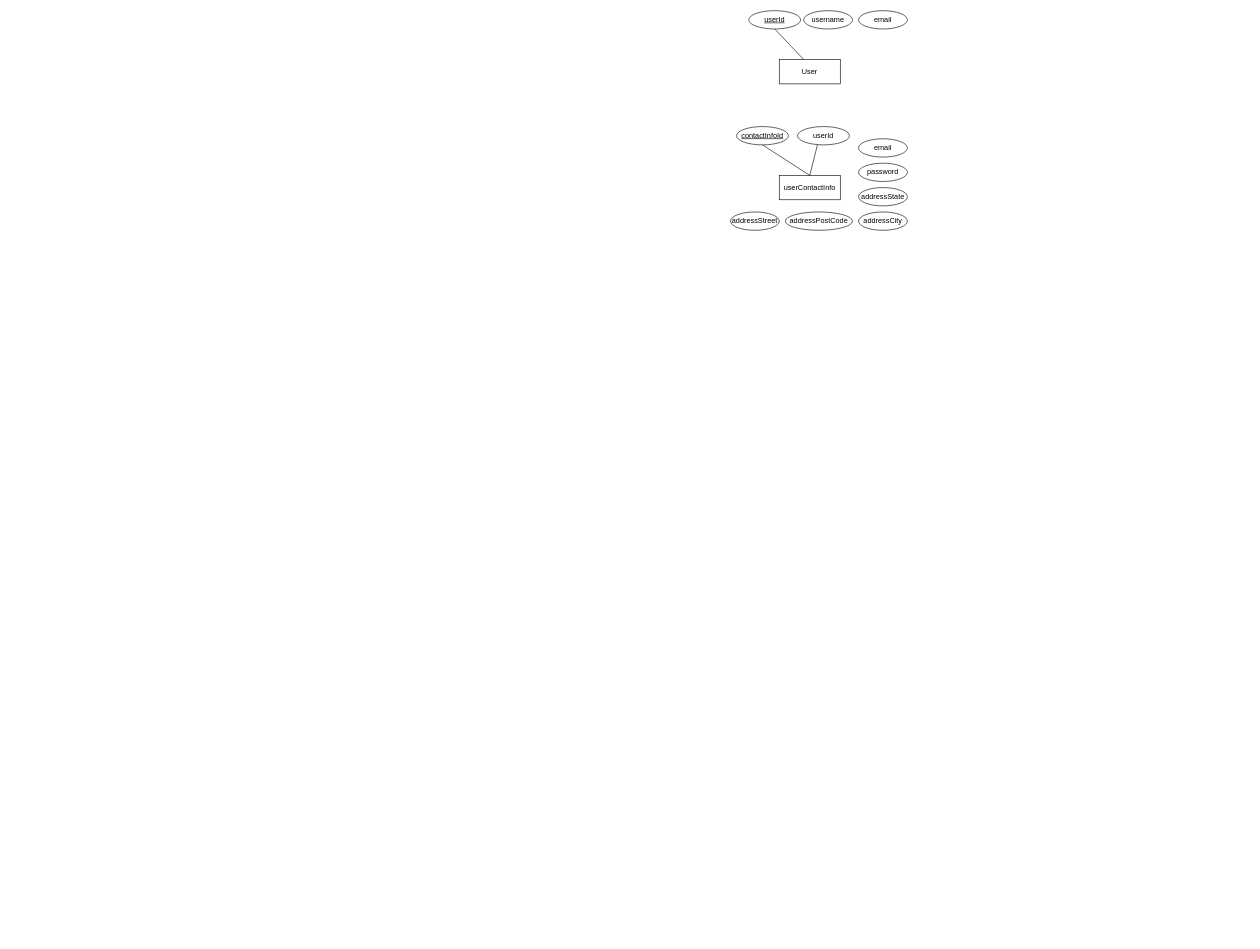
Above: Untitled Diagram.drawio in asgarppp/Flowcharts (draw.io), before the change. Source tidied: cells renumbered, new cells numbered last; positions are measured from the earlier drawing's top-left corner, leaving out a move shared by most shapes. Both pictures are drawn from the tidied source at 61%, with x=0, y=0 at pixel (730, 10).
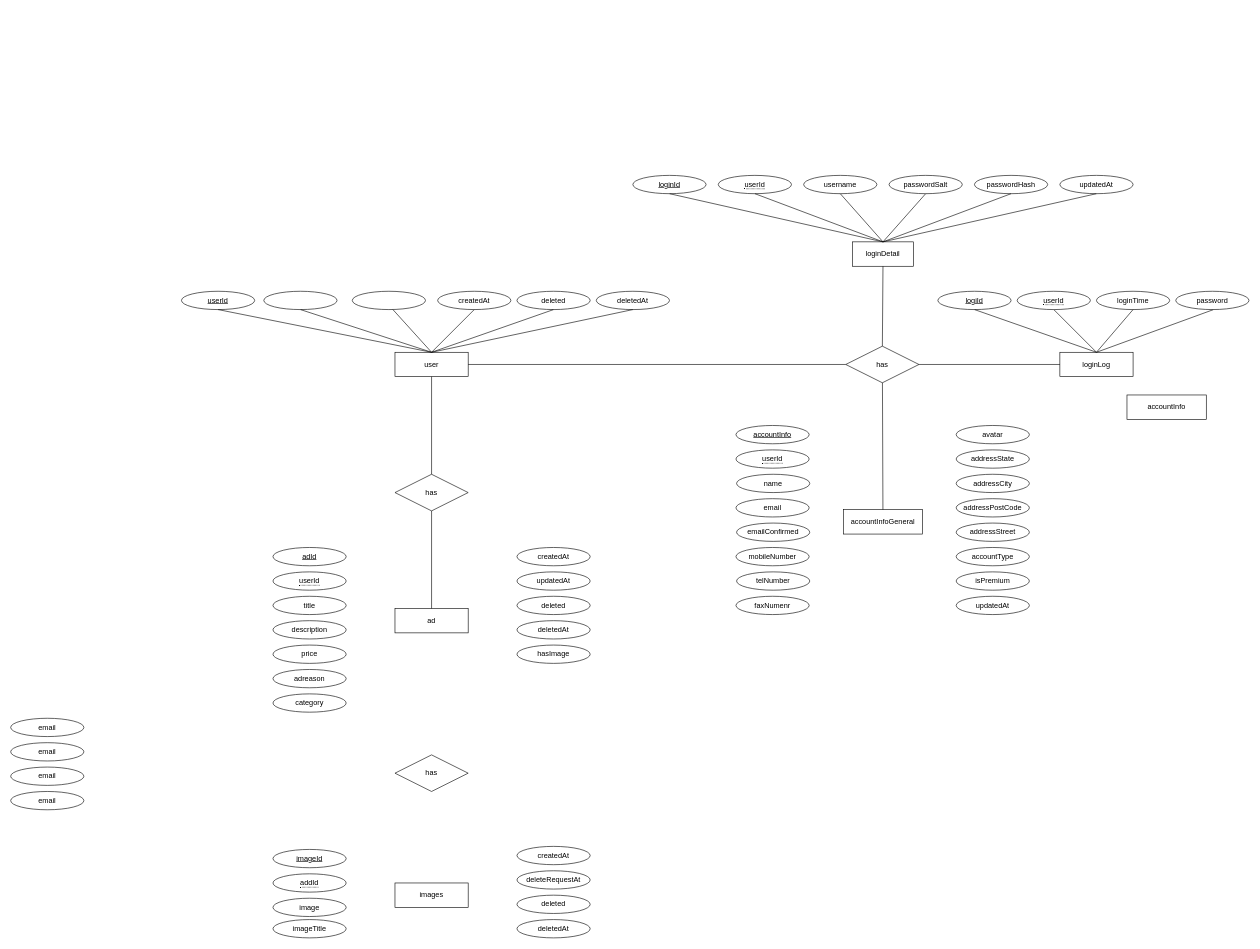
Above is the later version.

Diff of the diagram source:
```diff
@@
-    <mxCell id="2" value="User" style="whiteSpace=wrap;html=1;align=center;" parent="1" vertex="1">
-      <mxGeometry x="80" y="80" width="100" height="40" as="geometry" />
+    <mxCell id="2" value="user" style="whiteSpace=wrap;html=1;align=center;" parent="1" vertex="1">
+      <mxGeometry x="-550" y="560" width="120" height="40" as="geometry" />
     </mxCell>
     <mxCell id="3" value="userId" style="ellipse;whiteSpace=wrap;html=1;align=center;fontStyle=4;" parent="1" vertex="1">
-      <mxGeometry x="30" width="85" height="30" as="geometry" />
+      <mxGeometry x="-900" y="460" width="120" height="30" as="geometry" />
     </mxCell>
-    <mxCell id="4" style="endArrow=none;html=1;rounded=0;entryX=0.5;entryY=1;entryDx=0;entryDy=0;exitX=0.4;exitY=0;exitDx=0;exitDy=0;exitPerimeter=0;" parent="1" edge="1" source="2" target="3">
+    <mxCell id="4" style="endArrow=none;html=1;rounded=0;entryX=0.5;entryY=1;entryDx=0;entryDy=0;exitX=0.5;exitY=0;exitDx=0;exitDy=0;" parent="1" edge="1" source="2" target="3">
       <mxGeometry relative="1" as="geometry" />
     </mxCell>
-    <mxCell id="5" value="email" style="ellipse;whiteSpace=wrap;html=1;align=center;" parent="1" vertex="1">
-      <mxGeometry x="210" y="210" width="80" height="30" as="geometry" />
+    <mxCell id="5" value="faxNumenr" style="ellipse;whiteSpace=wrap;html=1;align=center;" parent="1" vertex="1">
+      <mxGeometry x="9" y="960" width="120" height="30" as="geometry" />
     </mxCell>
-    <mxCell id="6" value="password" style="ellipse;whiteSpace=wrap;html=1;align=center;" parent="1" vertex="1">
-      <mxGeometry x="210" y="250" width="80" height="30" as="geometry" />
+    <mxCell id="6" value="passwordSalt" style="ellipse;whiteSpace=wrap;html=1;align=center;" parent="1" vertex="1">
+      <mxGeometry x="260" y="270" width="120" height="30" as="geometry" />
     </mxCell>
     <mxCell id="7" value="addressState" style="ellipse;whiteSpace=wrap;html=1;align=center;" parent="1" vertex="1">
-      <mxGeometry x="210" y="290" width="80" height="30" as="geometry" />
+      <mxGeometry x="370" y="720" width="120" height="30" as="geometry" />
     </mxCell>
-    <mxCell id="8" value="email" style="ellipse;whiteSpace=wrap;html=1;align=center;" parent="1" vertex="1">
-      <mxGeometry x="210" width="80" height="30" as="geometry" />
+    <mxCell id="8" value="deletedAt" style="ellipse;whiteSpace=wrap;html=1;align=center;" parent="1" vertex="1">
+      <mxGeometry x="-220" y="460" width="120" height="30" as="geometry" />
     </mxCell>
-    <mxCell id="9" value="username" style="ellipse;whiteSpace=wrap;html=1;align=center;" parent="1" vertex="1">
-      <mxGeometry x="120" width="80" height="30" as="geometry" />
+    <mxCell id="9" value="createdAt" style="ellipse;whiteSpace=wrap;html=1;align=center;" parent="1" vertex="1">
+      <mxGeometry x="-480" y="460" width="120" height="30" as="geometry" />
     </mxCell>
-    <mxCell id="10" value="userContactInfo" style="whiteSpace=wrap;html=1;align=center;" parent="1" vertex="1">
-      <mxGeometry x="80" y="270" width="100" height="40" as="geometry" />
+    <mxCell id="10" value="accountInfoGeneral" style="whiteSpace=wrap;html=1;align=center;" parent="1" vertex="1">
+      <mxGeometry x="185" y="818" width="130" height="40" as="geometry" />
     </mxCell>
-    <mxCell id="11" value="contactInfoId" style="ellipse;whiteSpace=wrap;html=1;align=center;fontStyle=4;" parent="1" vertex="1">
-      <mxGeometry x="10" y="190" width="85" height="30" as="geometry" />
+    <mxCell id="11" value="accountInfo" style="ellipse;whiteSpace=wrap;html=1;align=center;fontStyle=4;" parent="1" vertex="1">
+      <mxGeometry x="9" y="680" width="120" height="30" as="geometry" />
     </mxCell>
-    <mxCell id="12" style="endArrow=none;html=1;rounded=0;entryX=0.5;entryY=1;entryDx=0;entryDy=0;exitX=0.5;exitY=0;exitDx=0;exitDy=0;" parent="1" edge="1" source="10" target="11">
-      <mxGeometry relative="1" as="geometry" />
-    </mxCell>
-    <mxCell id="13" style="endArrow=none;html=1;rounded=0;entryX=0.5;entryY=1;entryDx=0;entryDy=0;" parent="1" edge="1">
-      <mxGeometry relative="1" as="geometry">
-        <mxPoint x="130" y="270" as="sourcePoint" />
-        <mxPoint x="142.5" y="220" as="targetPoint" />
-      </mxGeometry>
-    </mxCell>
-    <mxCell id="14" value="userId" style="ellipse;whiteSpace=wrap;html=1;align=center;" parent="1" vertex="1">
-      <mxGeometry x="110" y="190" width="85" height="30" as="geometry" />
-    </mxCell>
     <mxCell id="15" value="addressCity" style="ellipse;whiteSpace=wrap;html=1;align=center;" parent="1" vertex="1">
-      <mxGeometry x="210" y="330" width="80" height="30" as="geometry" />
+      <mxGeometry x="370" y="760" width="120" height="30" as="geometry" />
     </mxCell>
     <mxCell id="16" value="addressPostCode" style="ellipse;whiteSpace=wrap;html=1;align=center;" parent="1" vertex="1">
-      <mxGeometry x="90" y="330" width="110" height="30" as="geometry" />
+      <mxGeometry x="370" y="800" width="120" height="30" as="geometry" />
     </mxCell>
     <mxCell id="17" value="addressStreet" style="ellipse;whiteSpace=wrap;html=1;align=center;" parent="1" vertex="1">
-      <mxGeometry y="330" width="80" height="30" as="geometry" />
+      <mxGeometry x="370" y="840" width="120" height="30" as="geometry" />
     </mxCell>
+    <mxCell id="18" value="email" style="ellipse;whiteSpace=wrap;html=1;align=center;" parent="1" vertex="1">
+      <mxGeometry x="9" y="800" width="120" height="30" as="geometry" />
+    </mxCell>
+    <mxCell id="19" value="loginLog" style="whiteSpace=wrap;html=1;align=center;" parent="1" vertex="1">
+      <mxGeometry x="540" y="560" width="120" height="40" as="geometry" />
+    </mxCell>
+    <mxCell id="20" value="has" style="shape=rhombus;perimeter=rhombusPerimeter;whiteSpace=wrap;html=1;align=center;" parent="1" vertex="1">
+      <mxGeometry x="189" y="550" width="120" height="60" as="geometry" />
+    </mxCell>
+    <mxCell id="21" style="endArrow=none;html=1;rounded=0;entryX=0;entryY=0.5;entryDx=0;entryDy=0;exitX=1;exitY=0.5;exitDx=0;exitDy=0;" parent="1" edge="1" source="20" target="19">
+      <mxGeometry relative="1" as="geometry" />
+    </mxCell>
+    <mxCell id="22" value="logiId" style="ellipse;whiteSpace=wrap;html=1;align=center;fontStyle=4;" parent="1" vertex="1">
+      <mxGeometry x="340" y="460" width="120" height="30" as="geometry" />
+    </mxCell>
+    <mxCell id="23" style="endArrow=none;html=1;rounded=0;entryX=0.5;entryY=1;entryDx=0;entryDy=0;exitX=0.5;exitY=0;exitDx=0;exitDy=0;" parent="1" edge="1" source="19" target="22">
+      <mxGeometry relative="1" as="geometry" />
+    </mxCell>
+    <mxCell id="24" value="loginTime" style="ellipse;whiteSpace=wrap;html=1;align=center;" parent="1" vertex="1">
+      <mxGeometry x="600" y="460" width="120" height="30" as="geometry" />
+    </mxCell>
+    <mxCell id="25" value="password" style="ellipse;whiteSpace=wrap;html=1;align=center;" parent="1" vertex="1">
+      <mxGeometry x="730" y="460" width="120" height="30" as="geometry" />
+    </mxCell>
+    <mxCell id="26" style="endArrow=none;html=1;rounded=0;exitX=0.5;exitY=0;exitDx=0;exitDy=0;entryX=0.5;entryY=1;entryDx=0;entryDy=0;" parent="1" edge="1" source="19" target="33">
+      <mxGeometry relative="1" as="geometry" />
+    </mxCell>
+    <mxCell id="27" style="endArrow=none;html=1;rounded=0;entryX=0.5;entryY=1;entryDx=0;entryDy=0;exitX=0.5;exitY=0;exitDx=0;exitDy=0;" parent="1" edge="1" source="19" target="24">
+      <mxGeometry relative="1" as="geometry" />
+    </mxCell>
+    <mxCell id="28" style="endArrow=none;html=1;rounded=0;exitX=0.5;exitY=0;exitDx=0;exitDy=0;entryX=0.51;entryY=1.009;entryDx=0;entryDy=0;entryPerimeter=0;" parent="1" edge="1" source="19" target="25">
+      <mxGeometry relative="1" as="geometry" />
+    </mxCell>
+    <mxCell id="29" style="endArrow=none;html=1;rounded=0;" parent="1" edge="1" source="20" target="10">
+      <mxGeometry relative="1" as="geometry" />
+    </mxCell>
+    <mxCell id="30" style="endArrow=none;html=1;rounded=0;exitX=0.5;exitY=0;exitDx=0;exitDy=0;entryX=0.5;entryY=1;entryDx=0;entryDy=0;" parent="1" edge="1" source="2" target="9">
+      <mxGeometry relative="1" as="geometry" />
+    </mxCell>
+    <mxCell id="31" style="endArrow=none;html=1;rounded=0;exitX=0.5;exitY=0;exitDx=0;exitDy=0;entryX=0.5;entryY=1;entryDx=0;entryDy=0;" parent="1" edge="1" source="2" target="8">
+      <mxGeometry relative="1" as="geometry" />
+    </mxCell>
+    <mxCell id="32" value="&lt;span style=&quot;border-bottom: 1px dotted&quot;&gt;userId&lt;/span&gt;" style="ellipse;whiteSpace=wrap;html=1;align=center;gradientColor=none;" parent="1" vertex="1">
+      <mxGeometry x="9" y="720" width="120" height="30" as="geometry" />
+    </mxCell>
+    <mxCell id="33" value="&lt;span style=&quot;border-bottom: 1px dotted&quot;&gt;userId&lt;/span&gt;" style="ellipse;whiteSpace=wrap;html=1;align=center;gradientColor=none;" parent="1" vertex="1">
+      <mxGeometry x="470" y="460" width="120" height="30" as="geometry" />
+    </mxCell>
+    <mxCell id="34" value="loginDetail" style="whiteSpace=wrap;html=1;align=center;" parent="1" vertex="1">
+      <mxGeometry x="200" y="379" width="100" height="40" as="geometry" />
+    </mxCell>
+    <mxCell id="35" style="endArrow=none;html=1;rounded=0;exitX=0.5;exitY=1;exitDx=0;exitDy=0;entryX=0.5;entryY=0;entryDx=0;entryDy=0;" parent="1" edge="1" source="34" target="20">
+      <mxGeometry relative="1" as="geometry" />
+    </mxCell>
+    <mxCell id="36" value="username" style="ellipse;whiteSpace=wrap;html=1;align=center;" parent="1" vertex="1">
+      <mxGeometry x="120" y="270" width="120" height="30" as="geometry" />
+    </mxCell>
+    <mxCell id="37" value="loginId" style="ellipse;whiteSpace=wrap;html=1;align=center;fontStyle=4;" parent="1" vertex="1">
+      <mxGeometry x="-160" y="270" width="120" height="30" as="geometry" />
+    </mxCell>
+    <mxCell id="38" value="&lt;span style=&quot;border-bottom: 1px dotted&quot;&gt;userId&lt;/span&gt;" style="ellipse;whiteSpace=wrap;html=1;align=center;gradientColor=none;" parent="1" vertex="1">
+      <mxGeometry x="-20" y="270" width="120" height="30" as="geometry" />
+    </mxCell>
+    <mxCell id="39" value="deleted" style="ellipse;whiteSpace=wrap;html=1;align=center;" parent="1" vertex="1">
+      <mxGeometry x="-350" y="460" width="120" height="30" as="geometry" />
+    </mxCell>
+    <mxCell id="40" value="updatedAt" style="ellipse;whiteSpace=wrap;html=1;align=center;" parent="1" vertex="1">
+      <mxGeometry x="540" y="270" width="120" height="30" as="geometry" />
+    </mxCell>
+    <mxCell id="41" style="endArrow=none;html=1;rounded=0;entryX=0.5;entryY=1;entryDx=0;entryDy=0;exitX=0.5;exitY=0;exitDx=0;exitDy=0;" parent="1" edge="1" source="34" target="37">
+      <mxGeometry relative="1" as="geometry" />
+    </mxCell>
+    <mxCell id="42" style="endArrow=none;html=1;rounded=0;entryX=0.5;entryY=0;entryDx=0;entryDy=0;exitX=0.5;exitY=1;exitDx=0;exitDy=0;" parent="1" edge="1" source="40" target="34">
+      <mxGeometry relative="1" as="geometry" />
+    </mxCell>
+    <mxCell id="43" style="endArrow=none;html=1;rounded=0;entryX=0.5;entryY=1;entryDx=0;entryDy=0;exitX=0.5;exitY=0;exitDx=0;exitDy=0;" parent="1" edge="1" source="34" target="6">
+      <mxGeometry relative="1" as="geometry" />
+    </mxCell>
+    <mxCell id="44" style="endArrow=none;html=1;rounded=0;entryX=0.5;entryY=1;entryDx=0;entryDy=0;exitX=0.5;exitY=0;exitDx=0;exitDy=0;" parent="1" edge="1" source="34" target="36">
+      <mxGeometry relative="1" as="geometry" />
+    </mxCell>
+    <mxCell id="45" style="endArrow=none;html=1;rounded=0;exitX=0.5;exitY=0;exitDx=0;exitDy=0;entryX=0.5;entryY=1;entryDx=0;entryDy=0;" parent="1" edge="1" source="34" target="38">
+      <mxGeometry relative="1" as="geometry" />
+    </mxCell>
+    <mxCell id="46" value="emailConfirmed" style="ellipse;whiteSpace=wrap;html=1;align=center;" parent="1" vertex="1">
+      <mxGeometry x="10" y="840" width="120" height="30" as="geometry" />
+    </mxCell>
+    <mxCell id="47" value="telNumber" style="ellipse;whiteSpace=wrap;html=1;align=center;" parent="1" vertex="1">
+      <mxGeometry x="10" y="920" width="120" height="30" as="geometry" />
+    </mxCell>
+    <mxCell id="48" value="avatar" style="ellipse;whiteSpace=wrap;html=1;align=center;" parent="1" vertex="1">
+      <mxGeometry x="370" y="680" width="120" height="30" as="geometry" />
+    </mxCell>
+    <mxCell id="49" value="email" style="ellipse;whiteSpace=wrap;html=1;align=center;" parent="1" vertex="1">
+      <mxGeometry x="-1180" y="1280" width="120" height="30" as="geometry" />
+    </mxCell>
+    <mxCell id="50" value="mobileNumber" style="ellipse;whiteSpace=wrap;html=1;align=center;" parent="1" vertex="1">
+      <mxGeometry x="9" y="880" width="120" height="30" as="geometry" />
+    </mxCell>
+    <mxCell id="51" value="accountType" style="ellipse;whiteSpace=wrap;html=1;align=center;" parent="1" vertex="1">
+      <mxGeometry x="370" y="880" width="120" height="30" as="geometry" />
+    </mxCell>
+    <mxCell id="52" style="endArrow=none;html=1;rounded=0;exitX=1;exitY=0.5;exitDx=0;exitDy=0;" parent="1" edge="1" source="2" target="20">
+      <mxGeometry relative="1" as="geometry" />
+    </mxCell>
+    <mxCell id="53" value="isPremium" style="ellipse;whiteSpace=wrap;html=1;align=center;" parent="1" vertex="1">
+      <mxGeometry x="370" y="920" width="120" height="30" as="geometry" />
+    </mxCell>
+    <mxCell id="54" value="updatedAt" style="ellipse;whiteSpace=wrap;html=1;align=center;" parent="1" vertex="1">
+      <mxGeometry x="370" y="960" width="120" height="30" as="geometry" />
+    </mxCell>
+    <mxCell id="55" value="name" style="ellipse;whiteSpace=wrap;html=1;align=center;" parent="1" vertex="1">
+      <mxGeometry x="10" y="760" width="120" height="30" as="geometry" />
+    </mxCell>
+    <mxCell id="56" value="email" style="ellipse;whiteSpace=wrap;html=1;align=center;" parent="1" vertex="1">
+      <mxGeometry x="-1180" y="1160" width="120" height="30" as="geometry" />
+    </mxCell>
+    <mxCell id="57" value="email" style="ellipse;whiteSpace=wrap;html=1;align=center;" parent="1" vertex="1">
+      <mxGeometry x="-1180" y="1200" width="120" height="30" as="geometry" />
+    </mxCell>
+    <mxCell id="58" value="email" style="ellipse;whiteSpace=wrap;html=1;align=center;" parent="1" vertex="1">
+      <mxGeometry x="-1180" y="1240" width="120" height="30" as="geometry" />
+    </mxCell>
+    <mxCell id="59" value="accountInfo" style="whiteSpace=wrap;html=1;align=center;" parent="1" vertex="1">
+      <mxGeometry x="650" y="630" width="130" height="40" as="geometry" />
+    </mxCell>
+    <mxCell id="60" style="endArrow=none;html=1;rounded=0;exitX=0.5;exitY=0;exitDx=0;exitDy=0;entryX=0.5;entryY=1;entryDx=0;entryDy=0;" parent="1" edge="1" source="2" target="39">
+      <mxGeometry relative="1" as="geometry" />
+    </mxCell>
+    <mxCell id="61" style="ellipse;whiteSpace=wrap;html=1;align=center;" parent="1" vertex="1">
+      <mxGeometry x="-765" y="460" width="120" height="30" as="geometry" />
+    </mxCell>
+    <mxCell id="62" value="passwordHash" style="ellipse;whiteSpace=wrap;html=1;align=center;" parent="1" vertex="1">
+      <mxGeometry x="400" y="270" width="120" height="30" as="geometry" />
+    </mxCell>
+    <mxCell id="63" style="endArrow=none;html=1;rounded=0;entryX=0.5;entryY=1;entryDx=0;entryDy=0;exitX=0.5;exitY=0;exitDx=0;exitDy=0;" parent="1" edge="1" source="34" target="62">
+      <mxGeometry relative="1" as="geometry" />
+    </mxCell>
+    <mxCell id="64" style="endArrow=none;html=1;rounded=0;entryX=0.5;entryY=1;entryDx=0;entryDy=0;exitX=0.5;exitY=0;exitDx=0;exitDy=0;" parent="1" edge="1" source="2" target="61">
+      <mxGeometry relative="1" as="geometry" />
+    </mxCell>
+    <mxCell id="65" style="ellipse;whiteSpace=wrap;html=1;align=center;" parent="1" vertex="1">
+      <mxGeometry x="-620" y="460" width="120" height="30" as="geometry" />
+    </mxCell>
+    <mxCell id="66" style="endArrow=none;html=1;rounded=0;exitX=0.5;exitY=0;exitDx=0;exitDy=0;entryX=0.555;entryY=1;entryDx=0;entryDy=0;entryPerimeter=0;" parent="1" edge="1" source="2" target="65">
+      <mxGeometry relative="1" as="geometry" />
+    </mxCell>
+    <mxCell id="67" value="has" style="shape=rhombus;perimeter=rhombusPerimeter;whiteSpace=wrap;html=1;align=center;" parent="1" vertex="1">
+      <mxGeometry x="-550" y="760" width="120" height="60" as="geometry" />
+    </mxCell>
+    <mxCell id="68" value="ad" style="whiteSpace=wrap;html=1;align=center;" parent="1" vertex="1">
+      <mxGeometry x="-550" y="980" width="120" height="40" as="geometry" />
+    </mxCell>
+    <mxCell id="69" style="endArrow=none;html=1;rounded=0;entryX=0.5;entryY=0;entryDx=0;entryDy=0;exitX=0.5;exitY=1;exitDx=0;exitDy=0;" parent="1" edge="1" source="2" target="67">
+      <mxGeometry relative="1" as="geometry" />
+    </mxCell>
+    <mxCell id="70" style="endArrow=none;html=1;rounded=0;exitX=0.5;exitY=1;exitDx=0;exitDy=0;entryX=0.5;entryY=0;entryDx=0;entryDy=0;" parent="1" edge="1" source="67" target="68">
+      <mxGeometry relative="1" as="geometry" />
+    </mxCell>
+    <mxCell id="71" value="adId" style="ellipse;whiteSpace=wrap;html=1;align=center;fontStyle=4;" parent="1" vertex="1">
+      <mxGeometry x="-750" y="880" width="120" height="30" as="geometry" />
+    </mxCell>
+    <mxCell id="72" value="&lt;span style=&quot;border-bottom: 1px dotted&quot;&gt;userId&lt;/span&gt;" style="ellipse;whiteSpace=wrap;html=1;align=center;gradientColor=none;" parent="1" vertex="1">
+      <mxGeometry x="-750" y="920" width="120" height="30" as="geometry" />
+    </mxCell>
+    <mxCell id="73" value="price" style="ellipse;whiteSpace=wrap;html=1;align=center;" parent="1" vertex="1">
+      <mxGeometry x="-750" y="1040" width="120" height="30" as="geometry" />
+    </mxCell>
+    <mxCell id="74" value="title" style="ellipse;whiteSpace=wrap;html=1;align=center;" parent="1" vertex="1">
+      <mxGeometry x="-750" y="960" width="120" height="30" as="geometry" />
+    </mxCell>
+    <mxCell id="75" value="description" style="ellipse;whiteSpace=wrap;html=1;align=center;" parent="1" vertex="1">
+      <mxGeometry x="-750" y="1000" width="120" height="30" as="geometry" />
+    </mxCell>
+    <mxCell id="76" value="deletedAt" style="ellipse;whiteSpace=wrap;html=1;align=center;" parent="1" vertex="1">
+      <mxGeometry x="-350" y="1000" width="120" height="30" as="geometry" />
+    </mxCell>
+    <mxCell id="77" value="createdAt" style="ellipse;whiteSpace=wrap;html=1;align=center;" parent="1" vertex="1">
+      <mxGeometry x="-350" y="880" width="120" height="30" as="geometry" />
+    </mxCell>
+    <mxCell id="78" value="deleted" style="ellipse;whiteSpace=wrap;html=1;align=center;" parent="1" vertex="1">
+      <mxGeometry x="-350" y="960" width="120" height="30" as="geometry" />
+    </mxCell>
+    <mxCell id="79" value="updatedAt" style="ellipse;whiteSpace=wrap;html=1;align=center;" parent="1" vertex="1">
+      <mxGeometry x="-350" y="920" width="120" height="30" as="geometry" />
+    </mxCell>
+    <mxCell id="80" value="adreason" style="ellipse;whiteSpace=wrap;html=1;align=center;" parent="1" vertex="1">
+      <mxGeometry x="-750" y="1080" width="120" height="30" as="geometry" />
+    </mxCell>
+    <mxCell id="81" value="category" style="ellipse;whiteSpace=wrap;html=1;align=center;" parent="1" vertex="1">
+      <mxGeometry x="-750" y="1120" width="120" height="30" as="geometry" />
+    </mxCell>
+    <mxCell id="82" value="hasImage" style="ellipse;whiteSpace=wrap;html=1;align=center;" parent="1" vertex="1">
+      <mxGeometry x="-350" y="1040" width="120" height="30" as="geometry" />
+    </mxCell>
+    <mxCell id="83" value="has" style="shape=rhombus;perimeter=rhombusPerimeter;whiteSpace=wrap;html=1;align=center;" parent="1" vertex="1">
+      <mxGeometry x="-550" y="1220" width="120" height="60" as="geometry" />
+    </mxCell>
+    <mxCell id="84" value="images" style="whiteSpace=wrap;html=1;align=center;" parent="1" vertex="1">
+      <mxGeometry x="-550" y="1430" width="120" height="40" as="geometry" />
+    </mxCell>
+    <mxCell id="85" value="imageId" style="ellipse;whiteSpace=wrap;html=1;align=center;fontStyle=4;" parent="1" vertex="1">
+      <mxGeometry x="-750" y="1375" width="120" height="30" as="geometry" />
+    </mxCell>
+    <mxCell id="86" value="&lt;span style=&quot;border-bottom: 1px dotted&quot;&gt;addId&lt;/span&gt;" style="ellipse;whiteSpace=wrap;html=1;align=center;gradientColor=none;" parent="1" vertex="1">
+      <mxGeometry x="-750" y="1415" width="120" height="30" as="geometry" />
+    </mxCell>
+    <mxCell id="87" value="deletedAt" style="ellipse;whiteSpace=wrap;html=1;align=center;" parent="1" vertex="1">
+      <mxGeometry x="-350" y="1490" width="120" height="30" as="geometry" />
+    </mxCell>
+    <mxCell id="88" value="createdAt" style="ellipse;whiteSpace=wrap;html=1;align=center;" parent="1" vertex="1">
+      <mxGeometry x="-350" y="1370" width="120" height="30" as="geometry" />
+    </mxCell>
+    <mxCell id="89" value="deleted" style="ellipse;whiteSpace=wrap;html=1;align=center;" parent="1" vertex="1">
+      <mxGeometry x="-350" y="1450" width="120" height="30" as="geometry" />
+    </mxCell>
+    <mxCell id="90" value="deleteRequestAt" style="ellipse;whiteSpace=wrap;html=1;align=center;" parent="1" vertex="1">
+      <mxGeometry x="-350" y="1410" width="120" height="30" as="geometry" />
+    </mxCell>
+    <mxCell id="91" value="image" style="ellipse;whiteSpace=wrap;html=1;align=center;" parent="1" vertex="1">
+      <mxGeometry x="-750" y="1455" width="120" height="30" as="geometry" />
+    </mxCell>
+    <mxCell id="92" value="imageTitle" style="ellipse;whiteSpace=wrap;html=1;align=center;" parent="1" vertex="1">
+      <mxGeometry x="-750" y="1490" width="120" height="30" as="geometry" />
+    </mxCell>
```
